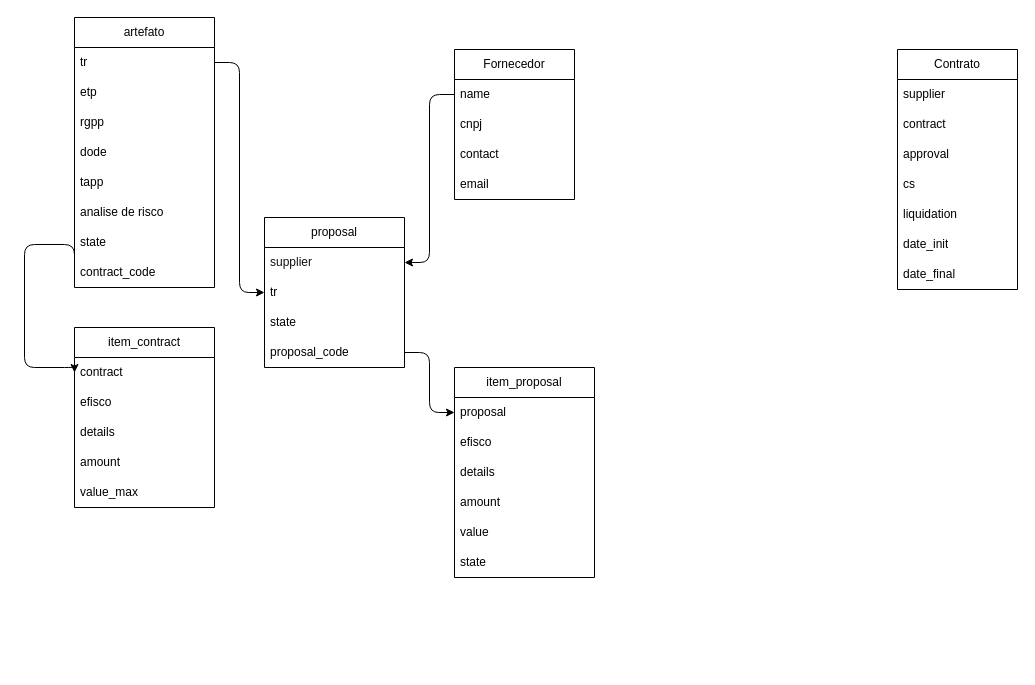
Before: page "contract" (2 of 2) of sipat.drawio in caioagrelli/MP-SIPAT, a draw.io diagram. Source tidied: cells renumbered, new cells numbered last; positions are measured from the earlier drawing's top-left corner, leaving out a move shared by most shapes. Both pictures are drawn from the tidied source at 100%, with x=0, y=0 at pixel (24, 17).
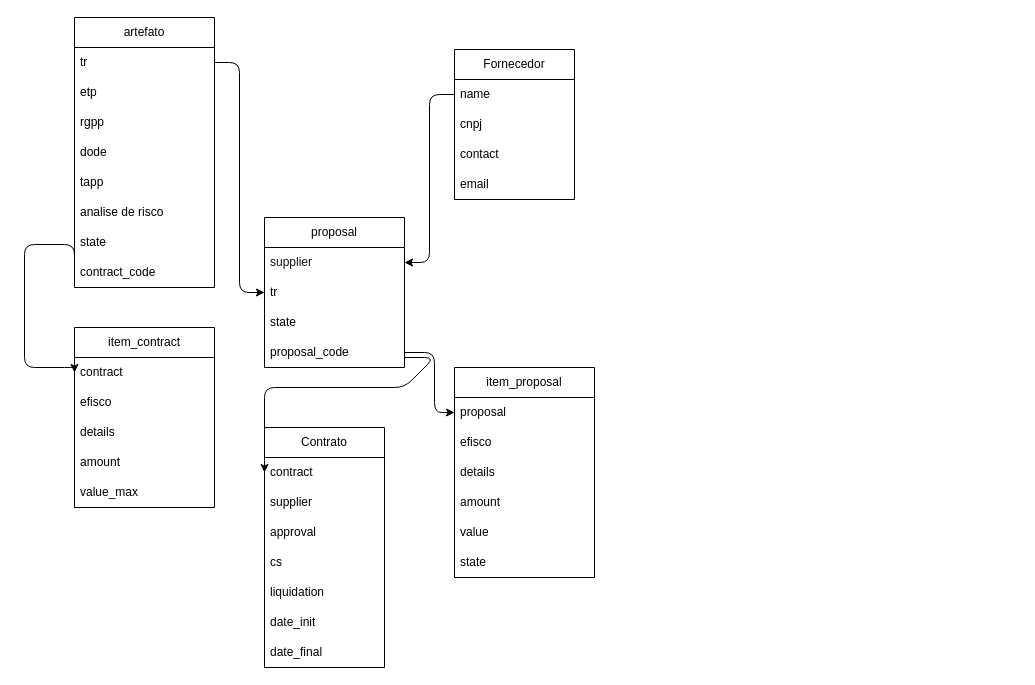
The same page after the edit.

Unchanged cells that the change refers to:
```xml
<mxCell id="31" value="proposal_code" style="text;strokeColor=none;fillColor=none;align=left;verticalAlign=middle;spacingLeft=4;spacingRight=4;overflow=hidden;points=[[0,0.5],[1,0.5]];portConstraint=eastwest;whiteSpace=wrap;html=1;" parent="27" vertex="1">
  <mxGeometry y="120" width="140" height="30" as="geometry" />
</mxCell>
<mxCell id="34" value="proposal" style="text;strokeColor=none;fillColor=none;align=left;verticalAlign=middle;spacingLeft=4;spacingRight=4;overflow=hidden;points=[[0,0.5],[1,0.5]];portConstraint=eastwest;whiteSpace=wrap;html=1;" parent="33" vertex="1">
  <mxGeometry y="30" width="140" height="30" as="geometry" />
</mxCell>
```

What changed in the source:
```diff
@@
     <mxCell id="10" value="Contrato" style="swimlane;fontStyle=0;horizontal=1;startSize=30;whiteSpace=wrap;html=1;strokeColor=default;align=center;verticalAlign=middle;fontFamily=Helvetica;fontSize=12;fontColor=default;fillColor=default;" parent="1" vertex="1">
-      <mxGeometry x="873" y="32" width="120" height="240" as="geometry" />
+      <mxGeometry x="240" y="410" width="120" height="240" as="geometry" />
     </mxCell>
+    <mxCell id="12" value="contract" style="text;strokeColor=none;fillColor=none;align=left;verticalAlign=middle;spacingLeft=4;spacingRight=4;overflow=hidden;points=[[0,0.5],[1,0.5]];portConstraint=eastwest;whiteSpace=wrap;html=1;fontFamily=Helvetica;fontSize=12;fontColor=default;fontStyle=0;horizontal=1;" parent="10" vertex="1">
+      <mxGeometry y="30" width="120" height="30" as="geometry" />
+    </mxCell>
     <mxCell id="11" value="supplier" style="text;strokeColor=none;fillColor=none;align=left;verticalAlign=middle;spacingLeft=4;spacingRight=4;overflow=hidden;whiteSpace=wrap;html=1;fontFamily=Helvetica;fontSize=12;fontColor=default;fontStyle=0;horizontal=1;" parent="10" vertex="1">
-      <mxGeometry y="30" width="120" height="30" as="geometry" />
+      <mxGeometry y="60" width="120" height="30" as="geometry" />
     </mxCell>
-    <mxCell id="12" value="contract" style="text;strokeColor=none;fillColor=none;align=left;verticalAlign=middle;spacingLeft=4;spacingRight=4;overflow=hidden;points=[[0,0.5],[1,0.5]];portConstraint=eastwest;whiteSpace=wrap;html=1;fontFamily=Helvetica;fontSize=12;fontColor=default;fontStyle=0;horizontal=1;" parent="10" vertex="1">
-      <mxGeometry y="60" width="120" height="30" as="geometry" />
-    </mxCell>
@@
-    <mxCell id="47" style="edgeStyle=orthogonalEdgeStyle;html=1;exitX=1;exitY=0.5;exitDx=0;exitDy=0;entryX=0;entryY=0.5;entryDx=0;entryDy=0;" parent="1" edge="1" source="31" target="34">
-      <mxGeometry relative="1" as="geometry" />
+    <mxCell id="47" style="edgeStyle=orthogonalEdgeStyle;html=1;entryX=0;entryY=0.5;entryDx=0;entryDy=0;" parent="1" edge="1" target="34">
+      <mxGeometry relative="1" as="geometry">
+        <mxPoint x="380" y="335" as="sourcePoint" />
+        <Array as="points">
+          <mxPoint x="410" y="335" />
+          <mxPoint x="410" y="395" />
+        </Array>
+      </mxGeometry>
     </mxCell>
@@
+    <mxCell id="49" style="edgeStyle=none;html=1;entryX=0;entryY=0.5;entryDx=0;entryDy=0;" parent="1" edge="1" target="12">
+      <mxGeometry relative="1" as="geometry">
+        <mxPoint x="380" y="340" as="sourcePoint" />
+        <Array as="points">
+          <mxPoint x="410" y="340" />
+          <mxPoint x="380" y="370" />
+          <mxPoint x="240" y="370" />
+        </Array>
+      </mxGeometry>
+    </mxCell>
```
